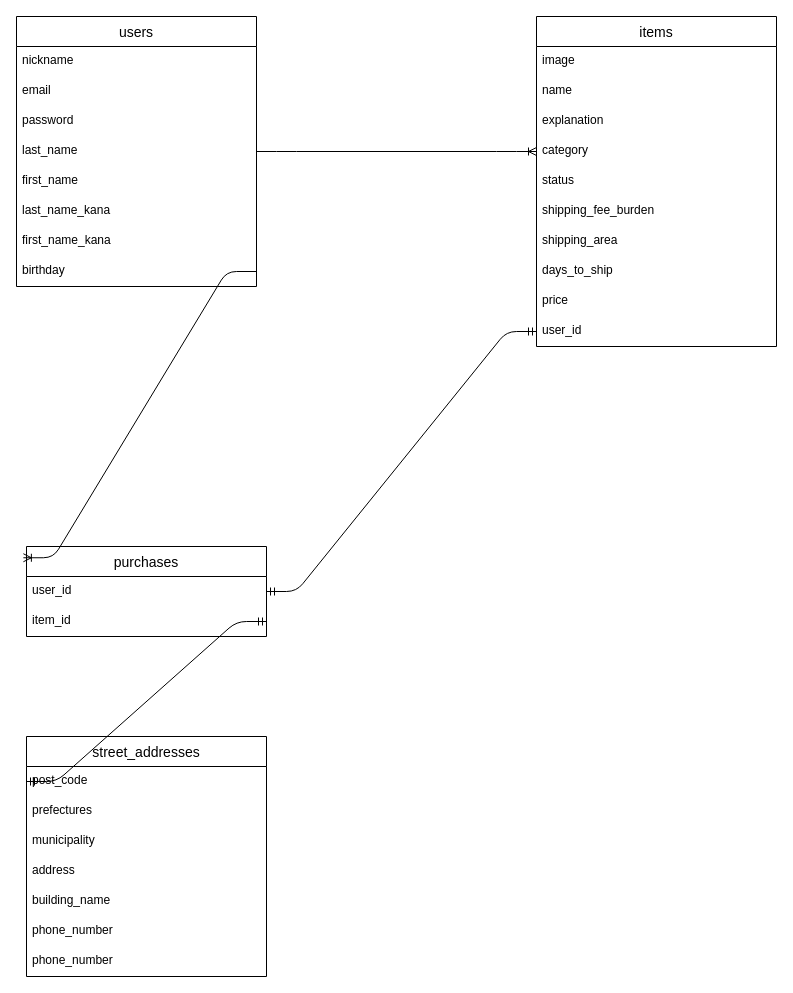
Earlier version of the draw.io diagram ER.dio (Reo-Miyagawa/furima-31691). Source tidied: cells renumbered, new cells numbered last; positions are measured from the earlier drawing's top-left corner, leaving out a move shared by most shapes. Both pictures are drawn from the tidied source at 100%, with x=0, y=0 at pixel (16, 16).
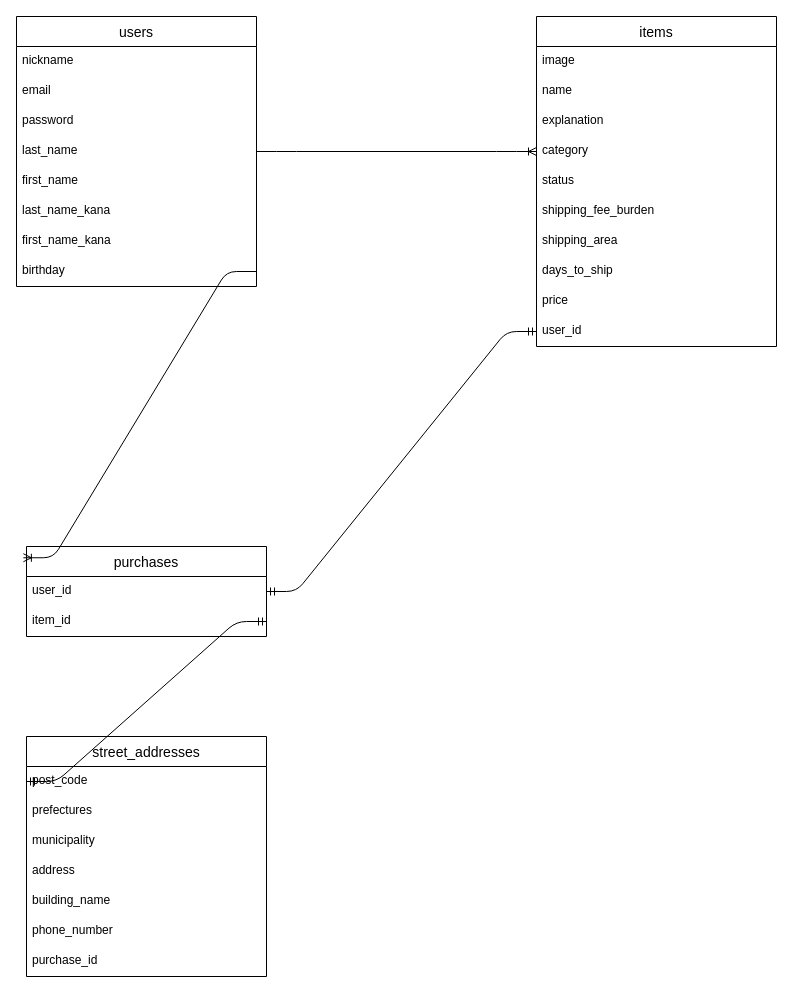
Above is the later version.

Unchanged cells that the change refers to:
```xml
<mxCell id="28" value="street_addresses" style="swimlane;fontStyle=0;horizontal=1;startSize=30;align=center;fontSize=14;" parent="1" vertex="1">
  <mxGeometry x="10" y="720" width="240" height="240" as="geometry" />
</mxCell>
```

What changed in the source:
```diff
@@
-    <mxCell id="35" value="phone_number" style="text;strokeColor=none;fillColor=none;spacingLeft=4;spacingRight=4;overflow=hidden;fontSize=12;" parent="28" vertex="1">
+    <mxCell id="35" value="purchase_id" style="text;strokeColor=none;fillColor=none;spacingLeft=4;spacingRight=4;overflow=hidden;fontSize=12;" parent="28" vertex="1">
       <mxGeometry y="210" width="240" height="30" as="geometry" />
     </mxCell>
```
